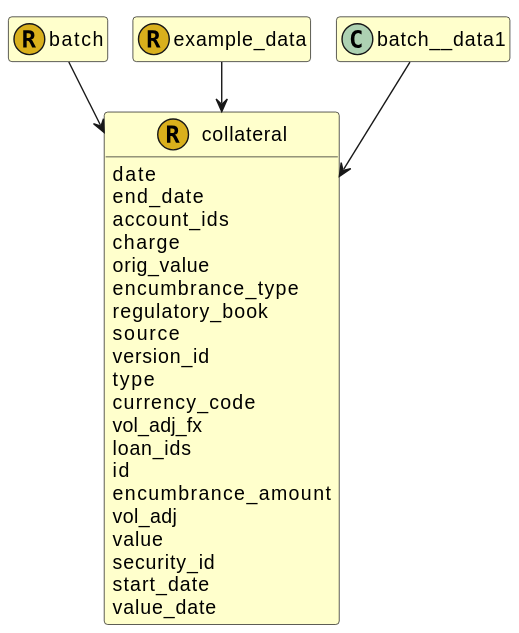
This is images/fire.model.collateral.svg from Schemarise/demo-alfa-with-fire-json-model, a PlantUML export, as it was before one commit.
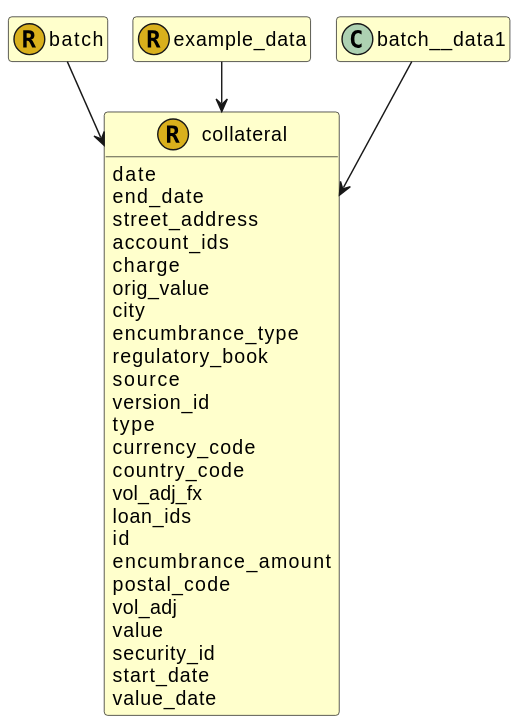
After the commit.

What changed in the source:
```diff
@@ -14,19 +14,23 @@
 
   date
   end_date
+  street_address
   account_ids
   charge
   orig_value
+  city
   encumbrance_type
   regulatory_book
   source
   version_id
   type
   currency_code
+  country_code
   vol_adj_fx
   loan_ids
   id
   encumbrance_amount
+  postal_code
   vol_adj
   value
   security_id
```
